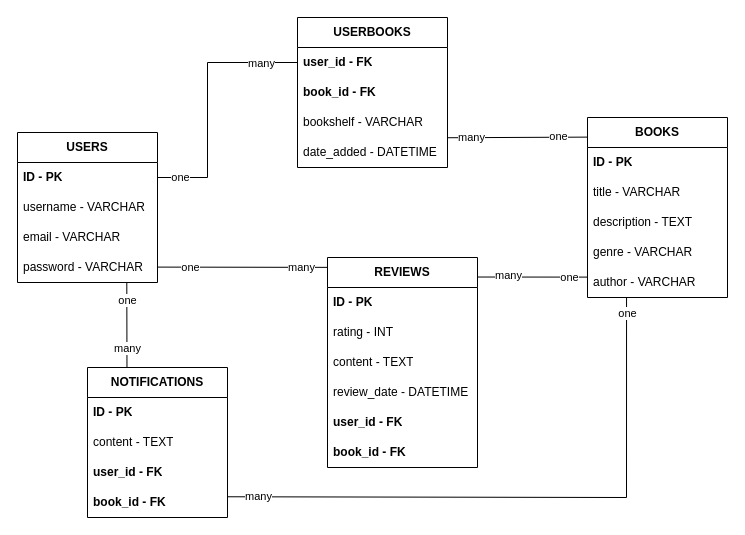
Above: database_diagram.drawio in andy12-star/proiect_pdm (draw.io), before the change. Source tidied: cells renumbered, new cells numbered last; positions are measured from the earlier drawing's top-left corner, leaving out a move shared by most shapes. Both pictures are drawn from the tidied source at 100%, with x=0, y=0 at pixel (17, 17).
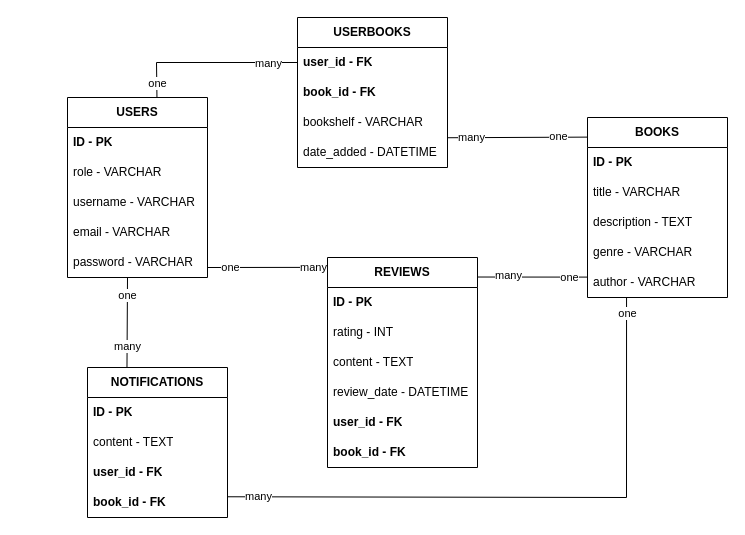
The same diagram, later.

The change refers to these unchanged cells:
```xml
<mxCell id="3" value="&lt;b&gt;ID - PK&lt;/b&gt;" style="text;strokeColor=none;fillColor=none;align=left;verticalAlign=middle;spacingLeft=4;spacingRight=4;overflow=hidden;points=[[0,0.5],[1,0.5]];portConstraint=eastwest;whiteSpace=wrap;html=1;" parent="2" vertex="1">
  <mxGeometry y="30" width="140" height="30" as="geometry" />
</mxCell>
<mxCell id="13" value="&lt;b&gt;REVIEWS&lt;/b&gt;" style="swimlane;fontStyle=0;horizontal=1;startSize=30;whiteSpace=wrap;html=1;" parent="1" vertex="1">
  <mxGeometry x="310" y="240" width="150" height="210" as="geometry" />
</mxCell>
<mxCell id="21" value="&lt;b&gt;user_id - FK&lt;/b&gt;" style="text;strokeColor=none;fillColor=none;align=left;verticalAlign=middle;spacingLeft=4;spacingRight=4;overflow=hidden;points=[[0,0.5],[1,0.5]];portConstraint=eastwest;whiteSpace=wrap;html=1;" parent="20" vertex="1">
  <mxGeometry y="30" width="150" height="30" as="geometry" />
</mxCell>
<mxCell id="31" value="&lt;b&gt;NOTIFICATIONS&lt;/b&gt;" style="swimlane;fontStyle=0;horizontal=1;startSize=30;whiteSpace=wrap;html=1;" parent="1" vertex="1">
  <mxGeometry x="70" y="350" width="140" height="150" as="geometry" />
</mxCell>
```

The edit, as a diff of the source:
```diff
@@
     <mxCell id="2" value="&lt;b&gt;USERS&lt;/b&gt;" style="swimlane;fontStyle=0;horizontal=1;startSize=30;whiteSpace=wrap;html=1;" parent="1" vertex="1">
-      <mxGeometry y="115" width="140" height="150" as="geometry" />
+      <mxGeometry x="50" y="80" width="140" height="180" as="geometry" />
     </mxCell>
@@
+    <mxCell id="48" value="role - VARCHAR" style="text;strokeColor=none;fillColor=none;align=left;verticalAlign=middle;spacingLeft=4;spacingRight=4;overflow=hidden;whiteSpace=wrap;html=1;" parent="2" vertex="1">
+      <mxGeometry y="60" width="140" height="30" as="geometry" />
+    </mxCell>
     <mxCell id="4" value="username - VARCHAR" style="text;strokeColor=none;fillColor=none;align=left;verticalAlign=middle;spacingLeft=4;spacingRight=4;overflow=hidden;whiteSpace=wrap;html=1;" parent="2" vertex="1">
-      <mxGeometry y="60" width="140" height="30" as="geometry" />
+      <mxGeometry y="90" width="140" height="30" as="geometry" />
     </mxCell>
     <mxCell id="5" value="email - VARCHAR" style="text;strokeColor=none;fillColor=none;align=left;verticalAlign=middle;spacingLeft=4;spacingRight=4;overflow=hidden;whiteSpace=wrap;html=1;" parent="2" vertex="1">
-      <mxGeometry y="90" width="140" height="30" as="geometry" />
+      <mxGeometry y="120" width="140" height="30" as="geometry" />
     </mxCell>
     <mxCell id="6" value="password - VARCHAR" style="text;strokeColor=none;fillColor=none;align=left;verticalAlign=middle;spacingLeft=4;spacingRight=4;overflow=hidden;whiteSpace=wrap;html=1;" parent="2" vertex="1">
-      <mxGeometry y="120" width="140" height="30" as="geometry" />
+      <mxGeometry y="150" width="140" height="30" as="geometry" />
     </mxCell>
@@
-    <mxCell id="25" style="endArrow=none;html=1;rounded=0;exitX=1;exitY=0.5;exitDx=0;exitDy=0;entryX=0;entryY=0.5;entryDx=0;entryDy=0;" parent="1" edge="1" source="3" target="21">
-      <mxGeometry relative="1" as="geometry">
-        <Array as="points">
-          <mxPoint x="190" y="160" />
-          <mxPoint x="190" y="45" />
-        </Array>
-      </mxGeometry>
-    </mxCell>
-    <mxCell id="26" value="one" style="edgeLabel;html=1;align=center;verticalAlign=middle;" parent="25" vertex="1">
-      <mxGeometry x="-0.83" y="1" relative="1" as="geometry" />
-    </mxCell>
-    <mxCell id="27" value="many" style="edgeLabel;html=1;align=center;verticalAlign=middle;" parent="25" vertex="1">
-      <mxGeometry x="0.71" relative="1" as="geometry" />
-    </mxCell>
@@
-    <mxCell id="39" style="endArrow=none;html=1;rounded=0;exitX=1.002;exitY=0.744;exitDx=0;exitDy=0;exitPerimeter=0;entryX=-0.002;entryY=0.047;entryDx=0;entryDy=0;entryPerimeter=0;" parent="1" edge="1" target="13">
+    <mxCell id="39" style="endArrow=none;html=1;rounded=0;entryX=-0.002;entryY=0.047;entryDx=0;entryDy=0;entryPerimeter=0;" parent="1" edge="1" target="13">
       <mxGeometry relative="1" as="geometry">
-        <mxPoint x="140.3" y="249.6" as="sourcePoint" />
+        <mxPoint x="190" y="250" as="sourcePoint" />
       </mxGeometry>
     </mxCell>
@@
-    <mxCell id="42" style="endArrow=none;html=1;rounded=0;entryX=0.282;entryY=0.002;entryDx=0;entryDy=0;entryPerimeter=0;exitX=0.781;exitY=1.003;exitDx=0;exitDy=0;exitPerimeter=0;" parent="1" edge="1" target="31">
+    <mxCell id="42" style="endArrow=none;html=1;rounded=0;entryX=0.282;entryY=0.002;entryDx=0;entryDy=0;entryPerimeter=0;" parent="1" edge="1" target="31">
       <mxGeometry relative="1" as="geometry">
-        <mxPoint x="109.3" y="265.2" as="sourcePoint" />
+        <mxPoint x="110" y="260" as="sourcePoint" />
       </mxGeometry>
     </mxCell>
@@
+    <mxCell id="49" style="endArrow=none;html=1;rounded=0;exitX=0.639;exitY=0.001;exitDx=0;exitDy=0;exitPerimeter=0;entryX=0;entryY=0.5;entryDx=0;entryDy=0;" parent="1" edge="1" source="2" target="21">
+      <mxGeometry relative="1" as="geometry">
+        <Array as="points">
+          <mxPoint x="139" y="45" />
+        </Array>
+      </mxGeometry>
+    </mxCell>
+    <mxCell id="26" value="one" style="edgeLabel;html=1;align=center;verticalAlign=middle;" parent="49" vertex="1">
+      <mxGeometry x="-0.83" relative="1" as="geometry" />
+    </mxCell>
+    <mxCell id="27" value="many" style="edgeLabel;html=1;align=center;verticalAlign=middle;" parent="49" vertex="1">
+      <mxGeometry x="0.62" relative="1" as="geometry">
+        <mxPoint x="4" as="offset" />
+      </mxGeometry>
+    </mxCell>
```
